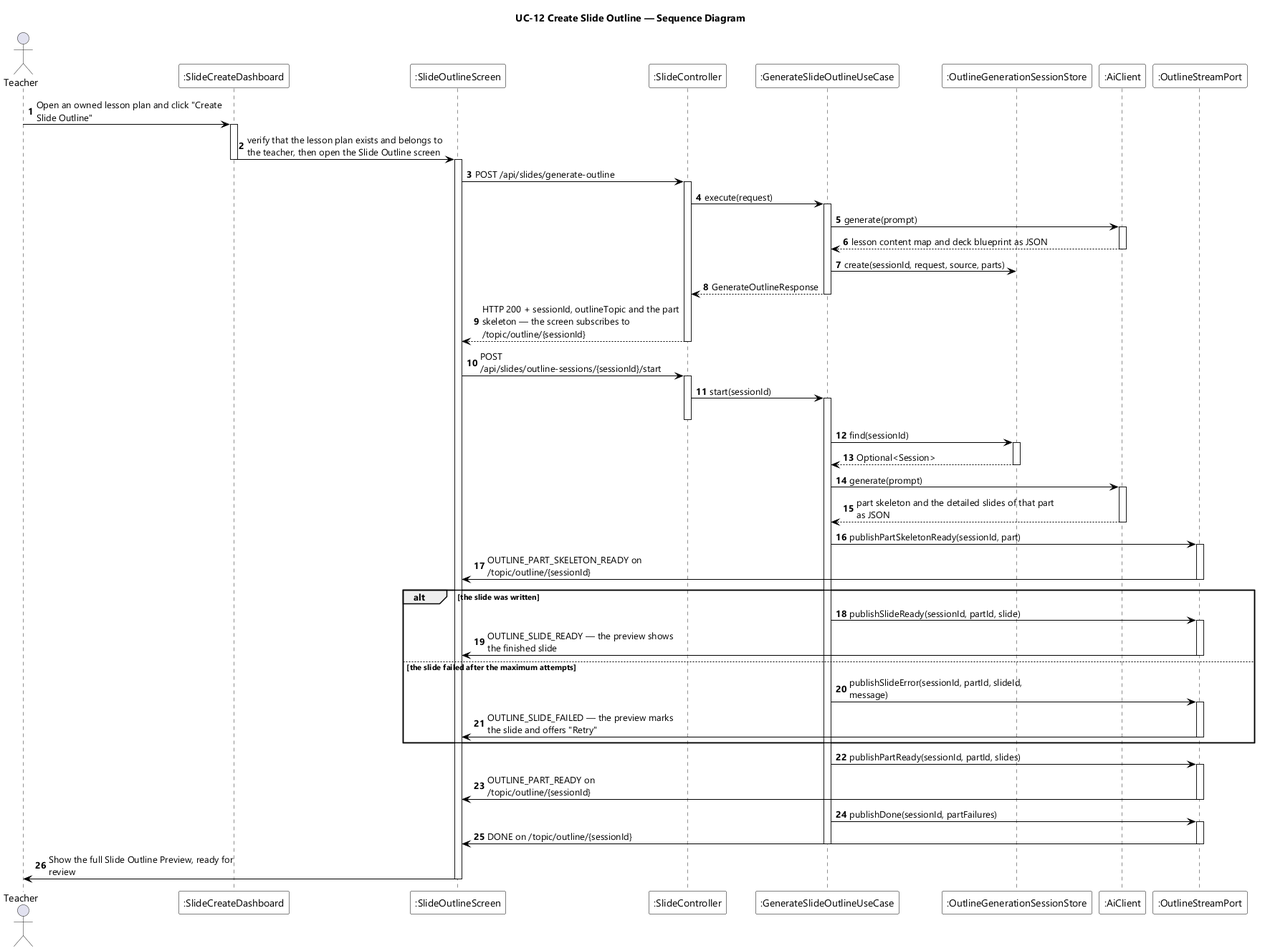
Before: designs/sds-diagrams/uc12/uc12-sequence-diagram.png, a diagram exported from PlantUML (EduA-system/EduA-system). Source of this version:
```plantuml
@startuml UC-12 Create Slide Outline - Sequence Diagram
skinparamlocked dpi 96
skinparam defaultFontName "Segoe UI"
skinparam shadowing false
skinparam ParticipantBackgroundColor #FFFFFF
skinparam ParticipantBorderColor #000000
skinparam DatabaseBackgroundColor #FFFFFF
skinparam DatabaseBorderColor #000000
skinparam ArrowColor #000000
skinparam sequenceMessageAlign left
skinparam maxMessageSize 280
title UC-12 Create Slide Outline — Sequence Diagram

actor Teacher
participant ":SlideCreateDashboard" as DASH
participant ":SlideOutlineScreen" as SCR
participant ":SlideController" as CTL
participant ":GenerateSlideOutlineUseCase" as UCASE
participant ":OutlineGenerationSessionStore" as STORE
participant ":AiClient" as AI
participant ":OutlineStreamPort" as STREAM

autonumber
Teacher -> DASH : Open an owned lesson plan and click "Create Slide Outline"
activate DASH
DASH -> SCR : verify that the lesson plan exists and belongs to the teacher, then open the Slide Outline screen
deactivate DASH
activate SCR
SCR -> CTL : POST /api/slides/generate-outline
activate CTL
CTL -> UCASE : execute(request)
activate UCASE
UCASE -> AI : generate(prompt)
activate AI
AI --> UCASE : lesson content map and deck blueprint as JSON
deactivate AI
UCASE -> STORE : create(sessionId, request, source, parts)
UCASE --> CTL : GenerateOutlineResponse
deactivate UCASE
CTL --> SCR : HTTP 200 + sessionId, outlineTopic and the part skeleton — the screen subscribes to /topic/outline/{sessionId}
deactivate CTL
SCR -> CTL : POST /api/slides/outline-sessions/{sessionId}/start
activate CTL
CTL -> UCASE : start(sessionId)
activate UCASE
deactivate CTL
UCASE -> STORE : find(sessionId)
activate STORE
STORE --> UCASE : Optional<Session>
deactivate STORE
UCASE -> AI : generate(prompt)
activate AI
AI --> UCASE : part skeleton and the detailed slides of that part as JSON
deactivate AI
UCASE -> STREAM : publishPartSkeletonReady(sessionId, part)
activate STREAM
STREAM -> SCR : OUTLINE_PART_SKELETON_READY on /topic/outline/{sessionId}
deactivate STREAM

alt the slide was written
  UCASE -> STREAM : publishSlideReady(sessionId, partId, slide)
  activate STREAM
  STREAM -> SCR : OUTLINE_SLIDE_READY — the preview shows the finished slide
  deactivate STREAM
else the slide failed after the maximum attempts
  UCASE -> STREAM : publishSlideError(sessionId, partId, slideId, message)
  activate STREAM
  STREAM -> SCR : OUTLINE_SLIDE_FAILED — the preview marks the slide and offers "Retry"
  deactivate STREAM
end

UCASE -> STREAM : publishPartReady(sessionId, partId, slides)
activate STREAM
STREAM -> SCR : OUTLINE_PART_READY on /topic/outline/{sessionId}
deactivate STREAM
UCASE -> STREAM : publishDone(sessionId, partFailures)
activate STREAM
STREAM -> SCR : DONE on /topic/outline/{sessionId}
deactivate STREAM
deactivate UCASE
SCR -> Teacher : Show the full Slide Outline Preview, ready for review
deactivate SCR
@enduml
```
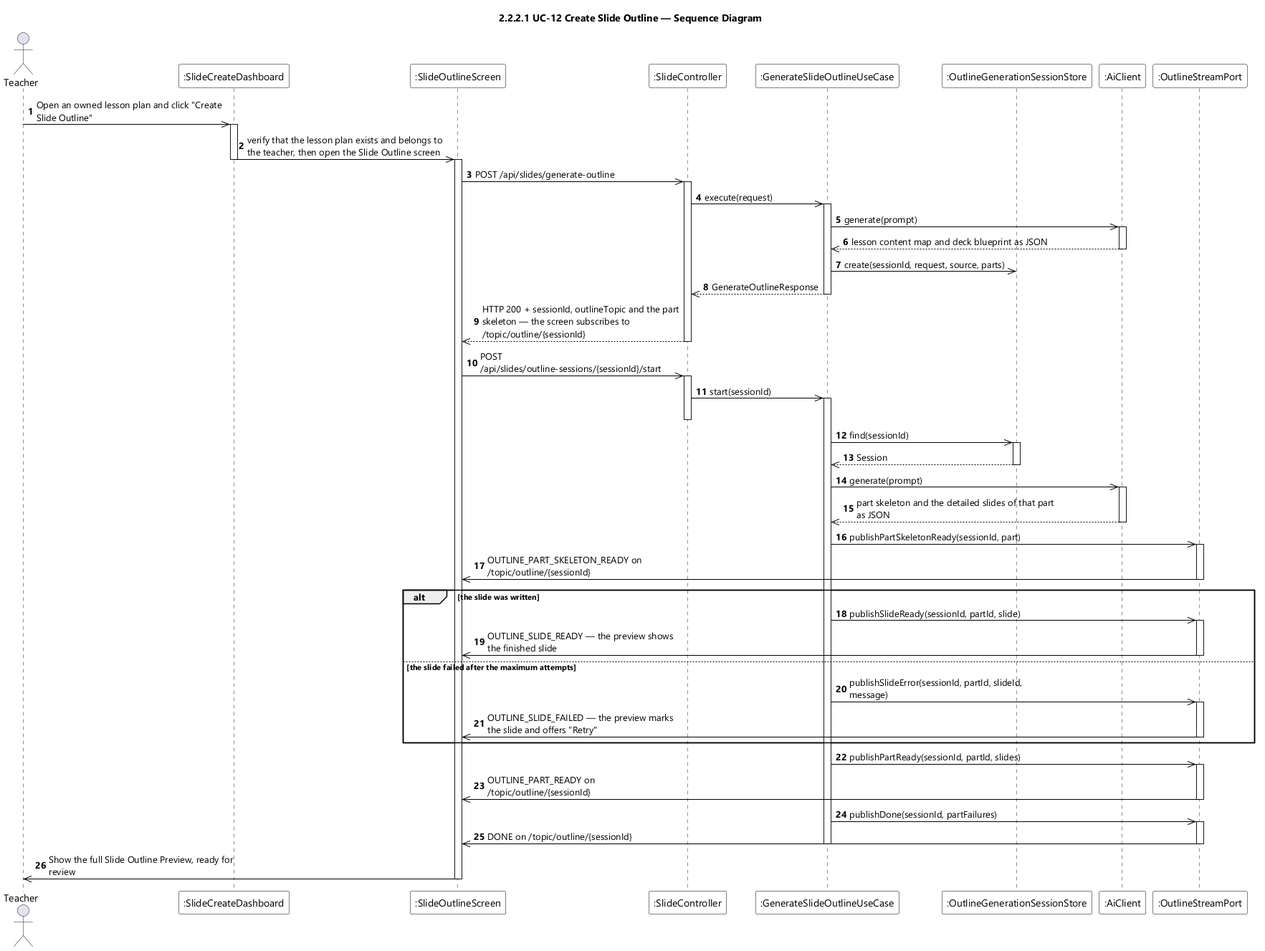
After the change.

The edit, as a diff of the source:
```diff
@@ -9,7 +9,7 @@
 skinparam ArrowColor #000000
 skinparam sequenceMessageAlign left
 skinparam maxMessageSize 280
-title UC-12 Create Slide Outline — Sequence Diagram
+title 2.2.2.1 UC-12 Create Slide Outline — Sequence Diagram
 
 actor Teacher
 participant ":SlideCreateDashboard" as DASH
@@ -21,63 +21,63 @@
 participant ":OutlineStreamPort" as STREAM
 
 autonumber
-Teacher -> DASH : Open an owned lesson plan and click "Create Slide Outline"
+Teacher ->> DASH : Open an owned lesson plan and click "Create Slide Outline"
 activate DASH
-DASH -> SCR : verify that the lesson plan exists and belongs to the teacher, then open the Slide Outline screen
+DASH ->> SCR : verify that the lesson plan exists and belongs to the teacher, then open the Slide Outline screen
 deactivate DASH
 activate SCR
-SCR -> CTL : POST /api/slides/generate-outline
+SCR ->> CTL : POST /api/slides/generate-outline
 activate CTL
-CTL -> UCASE : execute(request)
+CTL ->> UCASE : execute(request)
 activate UCASE
-UCASE -> AI : generate(prompt)
+UCASE ->> AI : generate(prompt)
 activate AI
-AI --> UCASE : lesson content map and deck blueprint as JSON
+AI -->> UCASE : lesson content map and deck blueprint as JSON
 deactivate AI
-UCASE -> STORE : create(sessionId, request, source, parts)
-UCASE --> CTL : GenerateOutlineResponse
+UCASE ->> STORE : create(sessionId, request, source, parts)
+UCASE -->> CTL : GenerateOutlineResponse
 deactivate UCASE
-CTL --> SCR : HTTP 200 + sessionId, outlineTopic and the part skeleton — the screen subscribes to /topic/outline/{sessionId}
+CTL -->> SCR : HTTP 200 + sessionId, outlineTopic and the part skeleton — the screen subscribes to /topic/outline/{sessionId}
 deactivate CTL
-SCR -> CTL : POST /api/slides/outline-sessions/{sessionId}/start
+SCR ->> CTL : POST /api/slides/outline-sessions/{sessionId}/start
 activate CTL
-CTL -> UCASE : start(sessionId)
+CTL ->> UCASE : start(sessionId)
 activate UCASE
 deactivate CTL
-UCASE -> STORE : find(sessionId)
+UCASE ->> STORE : find(sessionId)
 activate STORE
-STORE --> UCASE : Optional<Session>
+STORE -->> UCASE : Session
 deactivate STORE
-UCASE -> AI : generate(prompt)
+UCASE ->> AI : generate(prompt)
 activate AI
-AI --> UCASE : part skeleton and the detailed slides of that part as JSON
+AI -->> UCASE : part skeleton and the detailed slides of that part as JSON
 deactivate AI
-UCASE -> STREAM : publishPartSkeletonReady(sessionId, part)
+UCASE ->> STREAM : publishPartSkeletonReady(sessionId, part)
 activate STREAM
-STREAM -> SCR : OUTLINE_PART_SKELETON_READY on /topic/outline/{sessionId}
+STREAM ->> SCR : OUTLINE_PART_SKELETON_READY on /topic/outline/{sessionId}
 deactivate STREAM
 
 alt the slide was written
-  UCASE -> STREAM : publishSlideReady(sessionId, partId, slide)
+  UCASE ->> STREAM : publishSlideReady(sessionId, partId, slide)
   activate STREAM
-  STREAM -> SCR : OUTLINE_SLIDE_READY — the preview shows the finished slide
+  STREAM ->> SCR : OUTLINE_SLIDE_READY — the preview shows the finished slide
   deactivate STREAM
 else the slide failed after the maximum attempts
-  UCASE -> STREAM : publishSlideError(sessionId, partId, slideId, message)
+  UCASE ->> STREAM : publishSlideError(sessionId, partId, slideId, message)
   activate STREAM
-  STREAM -> SCR : OUTLINE_SLIDE_FAILED — the preview marks the slide and offers "Retry"
+  STREAM ->> SCR : OUTLINE_SLIDE_FAILED — the preview marks the slide and offers "Retry"
   deactivate STREAM
 end
 
-UCASE -> STREAM : publishPartReady(sessionId, partId, slides)
+UCASE ->> STREAM : publishPartReady(sessionId, partId, slides)
 activate STREAM
-STREAM -> SCR : OUTLINE_PART_READY on /topic/outline/{sessionId}
+STREAM ->> SCR : OUTLINE_PART_READY on /topic/outline/{sessionId}
 deactivate STREAM
-UCASE -> STREAM : publishDone(sessionId, partFailures)
+UCASE ->> STREAM : publishDone(sessionId, partFailures)
 activate STREAM
-STREAM -> SCR : DONE on /topic/outline/{sessionId}
+STREAM ->> SCR : DONE on /topic/outline/{sessionId}
 deactivate STREAM
 deactivate UCASE
-SCR -> Teacher : Show the full Slide Outline Preview, ready for review
+SCR ->> Teacher : Show the full Slide Outline Preview, ready for review
 deactivate SCR
 @enduml
```
